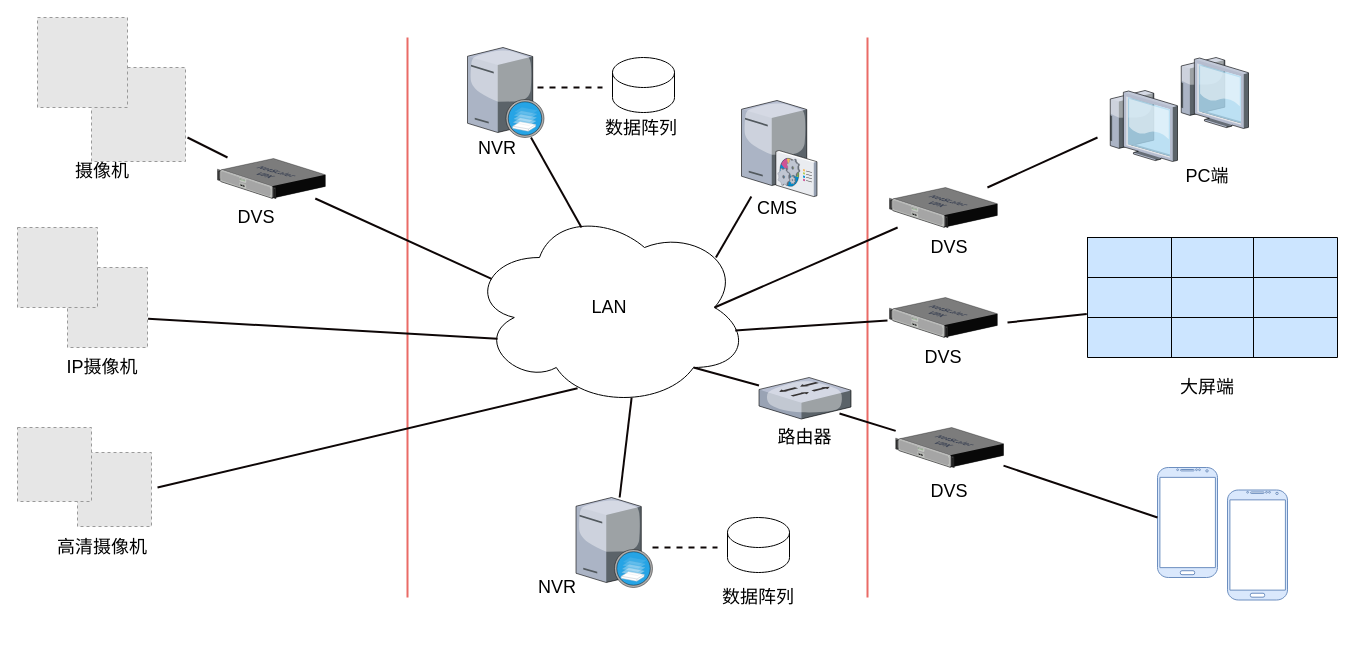
Above: Untitled Diagram.drawio in singleYU/WPF_Docs (draw.io), before the change. Source tidied: cells renumbered, new cells numbered last; positions are measured from the earlier drawing's top-left corner, leaving out a move shared by most shapes. Both pictures are drawn from the tidied source at 100%, with x=0, y=0 at pixel (17, 17). Pictures stored in the file or linked from it are replaced by grey dashed boxes.
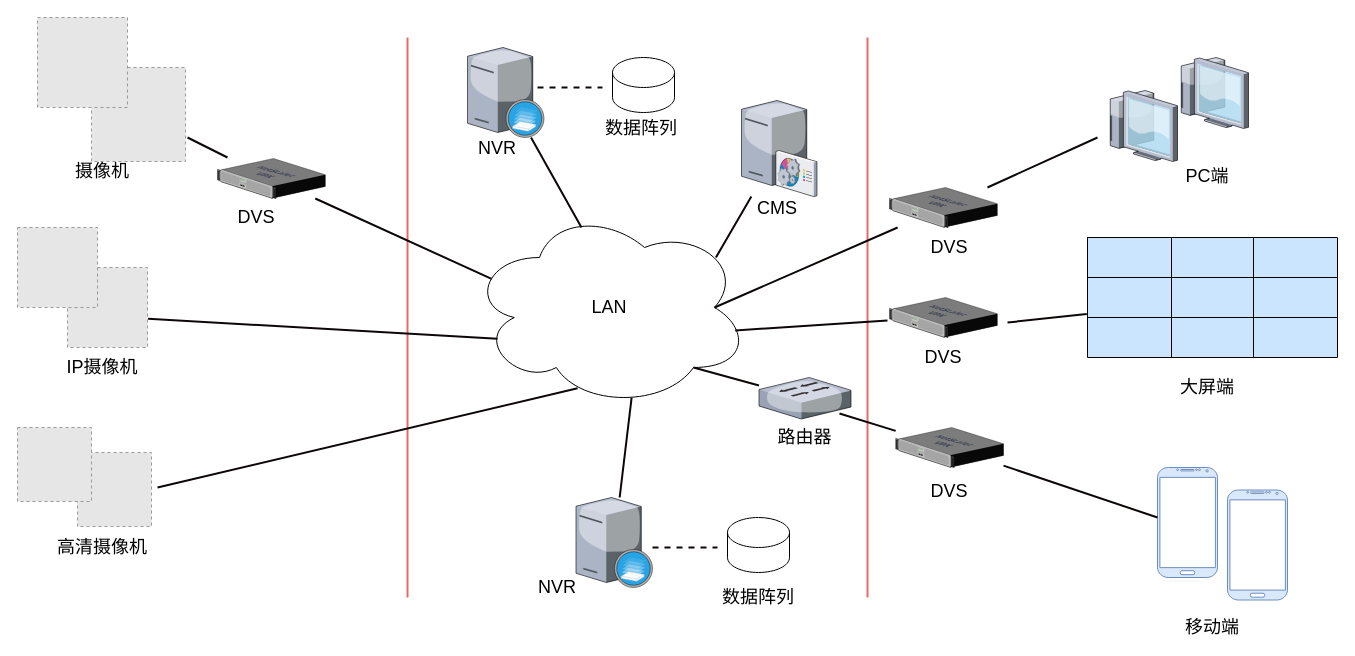
The same page after the edit.

Change to the diagram source:
```diff
@@
+    <mxCell id="69" value="移动端" style="text;html=1;strokeColor=none;fillColor=none;align=center;verticalAlign=middle;whiteSpace=wrap;rounded=0;fontSize=18;" parent="1" vertex="1">
+      <mxGeometry x="1165" y="600" width="60" height="20" as="geometry" />
+    </mxCell>
```
